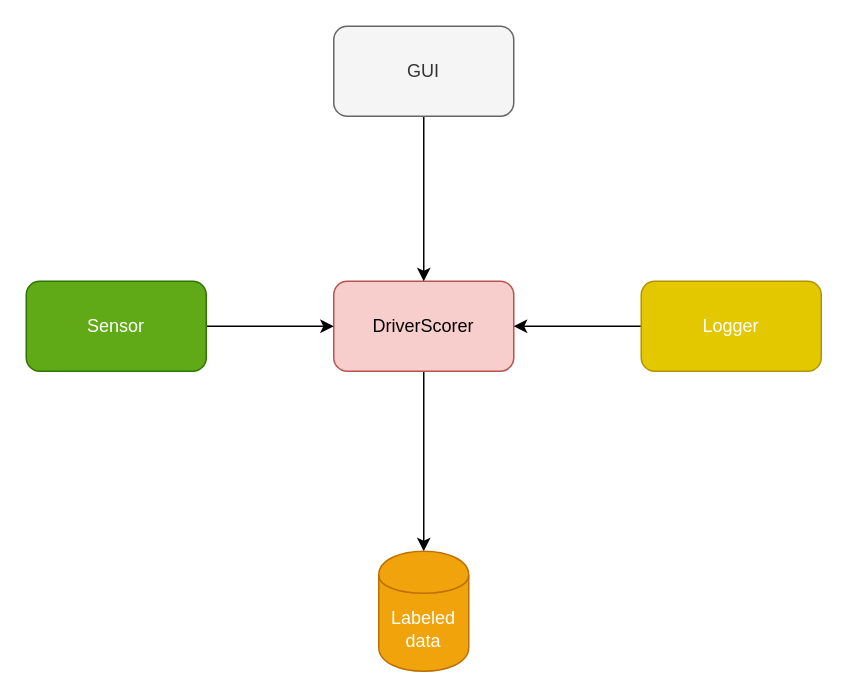
Above: page "DriverScorer_highLevel" (1 of 4) of driverScorer/DriverScorer.drawio in GalBrandwine/DrivingScorer (draw.io), before the change. Source tidied: cells renumbered, new cells numbered last; positions are measured from the earlier drawing's top-left corner, leaving out a move shared by most shapes. Both pictures are drawn from the tidied source at 150%, with x=0, y=0 at pixel (26, 26).
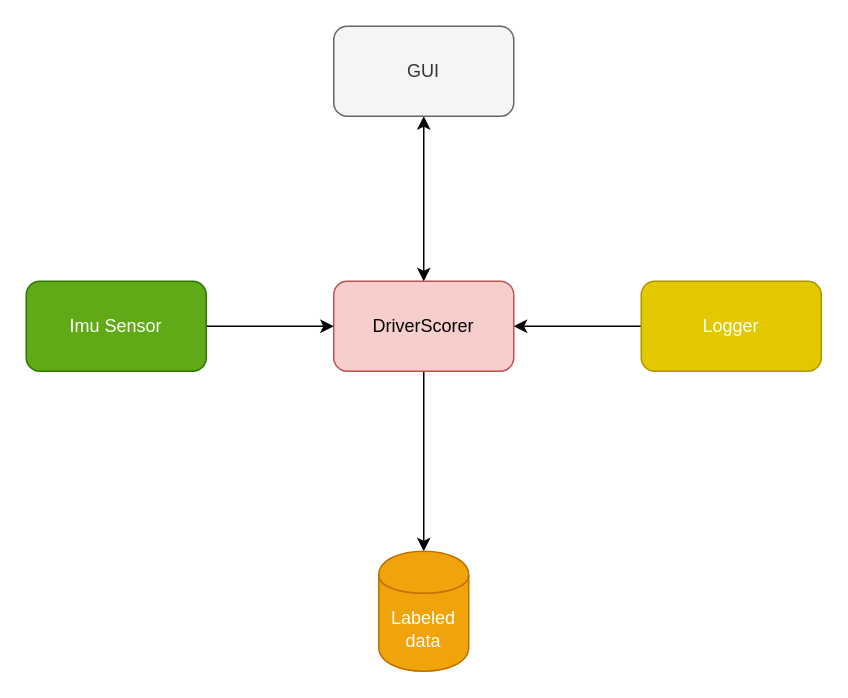
Above is the later version.

Diff of the diagram source:
```diff
@@
 <mxGraphModel>
   <root>
     <mxCell id="0" />
     <mxCell id="1" parent="0" />
     <mxCell id="2" style="edgeStyle=orthogonalEdgeStyle;rounded=0;jettySize=auto;html=1;" parent="1" edge="1" source="3" target="10">
       <mxGeometry relative="1" as="geometry" />
     </mxCell>
     <mxCell id="3" value="DriverScorer" style="rounded=1;whiteSpace=wrap;html=1;fillColor=#f8cecc;strokeColor=#b85450;" parent="1" vertex="1">
       <mxGeometry x="205" y="170" width="120" height="60" as="geometry" />
     </mxCell>
-    <mxCell id="4" style="edgeStyle=orthogonalEdgeStyle;rounded=0;jettySize=auto;html=1;" parent="1" edge="1" source="5" target="3">
+    <mxCell id="4" style="edgeStyle=orthogonalEdgeStyle;rounded=0;jettySize=auto;html=1;startArrow=classic;startFill=1;" parent="1" edge="1" source="5" target="3">
       <mxGeometry relative="1" as="geometry" />
     </mxCell>
     <mxCell id="5" value="GUI" style="rounded=1;whiteSpace=wrap;html=1;fillColor=#f5f5f5;strokeColor=#666666;fontColor=#333333;" parent="1" vertex="1">
       <mxGeometry x="205" width="120" height="60" as="geometry" />
     </mxCell>
     <mxCell id="6" style="edgeStyle=orthogonalEdgeStyle;rounded=0;jettySize=auto;html=1;" parent="1" edge="1" source="7" target="3">
       <mxGeometry relative="1" as="geometry" />
     </mxCell>
-    <mxCell id="7" value="Sensor" style="rounded=1;whiteSpace=wrap;html=1;fillColor=#60a917;strokeColor=#2D7600;fontColor=#ffffff;" parent="1" vertex="1">
+    <mxCell id="7" value="Imu Sensor" style="rounded=1;whiteSpace=wrap;html=1;fillColor=#60a917;strokeColor=#2D7600;fontColor=#ffffff;" parent="1" vertex="1">
       <mxGeometry y="170" width="120" height="60" as="geometry" />
     </mxCell>
     <mxCell id="8" style="edgeStyle=orthogonalEdgeStyle;rounded=0;jettySize=auto;html=1;" parent="1" edge="1" source="9" target="3">
       <mxGeometry relative="1" as="geometry" />
     </mxCell>
     <mxCell id="9" value="Logger" style="rounded=1;whiteSpace=wrap;html=1;fillColor=#e3c800;strokeColor=#B09500;fontColor=#ffffff;" parent="1" vertex="1">
       <mxGeometry x="410" y="170" width="120" height="60" as="geometry" />
     </mxCell>
     <mxCell id="10" value="Labeled data" style="shape=cylinder;whiteSpace=wrap;html=1;boundedLbl=1;backgroundOutline=1;fillColor=#f0a30a;strokeColor=#BD7000;fontColor=#ffffff;" parent="1" vertex="1">
       <mxGeometry x="235" y="350" width="60" height="80" as="geometry" />
     </mxCell>
   </root>
 </mxGraphModel>
```
